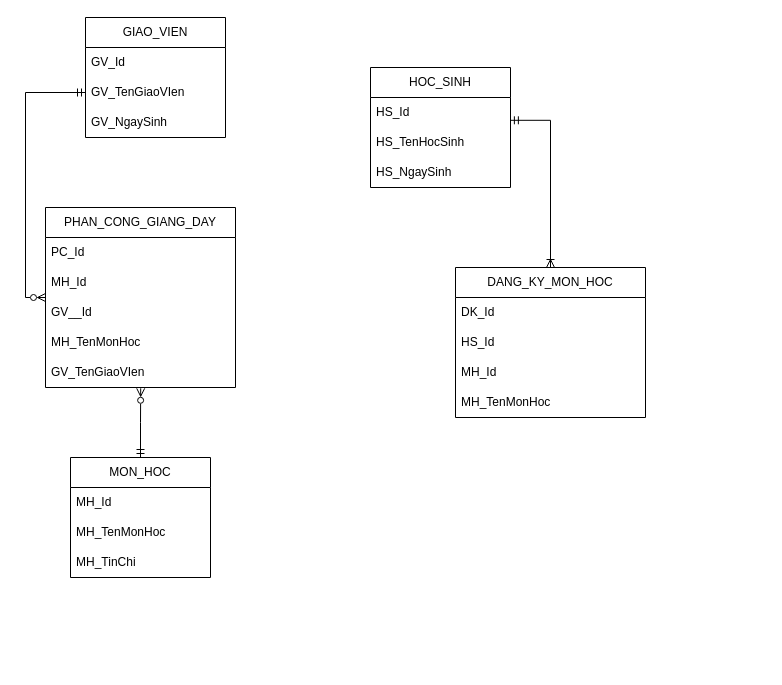
Before: Untitled Diagram.drawio in itzkoi-ctu/EX1, a draw.io diagram. Source tidied: cells renumbered, new cells numbered last; positions are measured from the earlier drawing's top-left corner, leaving out a move shared by most shapes. Both pictures are drawn from the tidied source at 100%, with x=0, y=0 at pixel (45, 17).
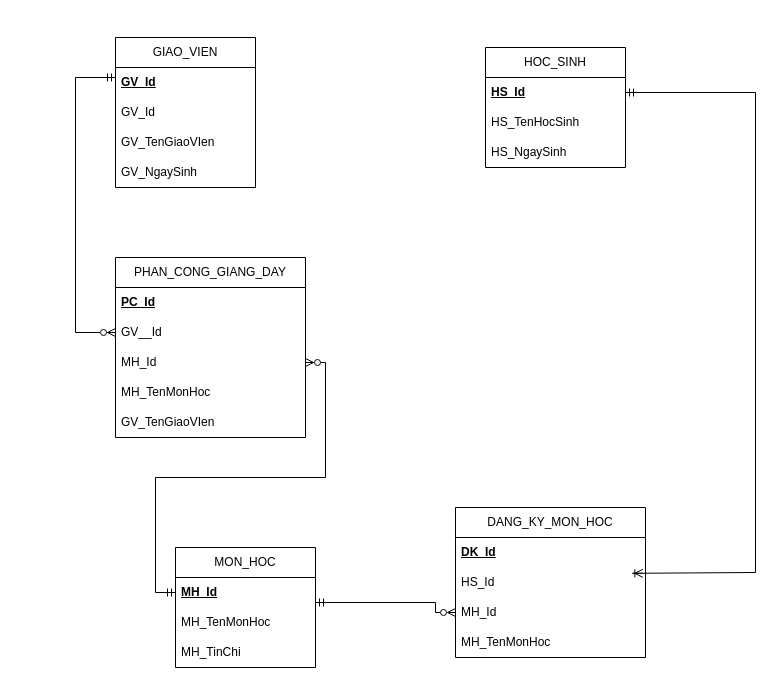
Above is the later version.

The change refers to these unchanged cells:
```xml
<mxCell id="19" value="GV_TenGiaoVIen" style="text;strokeColor=none;fillColor=none;align=left;verticalAlign=middle;spacingLeft=4;spacingRight=4;overflow=hidden;points=[[0,0.5],[1,0.5]];portConstraint=eastwest;whiteSpace=wrap;html=1;" parent="14" vertex="1">
  <mxGeometry y="150" width="190" height="30" as="geometry" />
</mxCell>
<mxCell id="24" value="HS_Id" style="text;strokeColor=none;fillColor=none;align=left;verticalAlign=middle;spacingLeft=4;spacingRight=4;overflow=hidden;points=[[0,0.5],[1,0.5]];portConstraint=eastwest;whiteSpace=wrap;html=1;" parent="22" vertex="1">
  <mxGeometry y="60" width="190" height="30" as="geometry" />
</mxCell>
<mxCell id="25" value="MH_Id" style="text;strokeColor=none;fillColor=none;align=left;verticalAlign=middle;spacingLeft=4;spacingRight=4;overflow=hidden;points=[[0,0.5],[1,0.5]];portConstraint=eastwest;whiteSpace=wrap;html=1;" parent="22" vertex="1">
  <mxGeometry y="90" width="190" height="30" as="geometry" />
</mxCell>
```

Diff of the diagram source:
```diff
@@
     <mxCell id="2" value="GIAO_VIEN" style="swimlane;fontStyle=0;horizontal=1;startSize=30;whiteSpace=wrap;html=1;" parent="1" vertex="1">
-      <mxGeometry x="40" width="140" height="120" as="geometry" />
+      <mxGeometry x="70" y="20" width="140" height="150" as="geometry" />
     </mxCell>
+    <mxCell id="28" value="&lt;b&gt;&lt;u&gt;GV_Id&lt;span style=&quot;white-space: pre;&quot;&gt;&#9;&lt;/span&gt;&lt;/u&gt;&lt;/b&gt;" style="text;strokeColor=none;fillColor=none;align=left;verticalAlign=middle;spacingLeft=4;spacingRight=4;overflow=hidden;whiteSpace=wrap;html=1;" parent="2" vertex="1">
+      <mxGeometry y="30" width="140" height="30" as="geometry" />
+    </mxCell>
     <mxCell id="3" value="GV_Id&lt;span style=&quot;white-space: pre;&quot;&gt;&#9;&lt;/span&gt;" style="text;strokeColor=none;fillColor=none;align=left;verticalAlign=middle;spacingLeft=4;spacingRight=4;overflow=hidden;whiteSpace=wrap;html=1;" parent="2" vertex="1">
-      <mxGeometry y="30" width="140" height="30" as="geometry" />
+      <mxGeometry y="60" width="140" height="30" as="geometry" />
     </mxCell>
     <mxCell id="4" value="GV_TenGiaoVIen" style="text;strokeColor=none;fillColor=none;align=left;verticalAlign=middle;spacingLeft=4;spacingRight=4;overflow=hidden;points=[[0,0.5],[1,0.5]];portConstraint=eastwest;whiteSpace=wrap;html=1;" parent="2" vertex="1">
-      <mxGeometry y="60" width="140" height="30" as="geometry" />
+      <mxGeometry y="90" width="140" height="30" as="geometry" />
     </mxCell>
     <mxCell id="5" value="GV_NgaySinh" style="text;strokeColor=none;fillColor=none;align=left;verticalAlign=middle;spacingLeft=4;spacingRight=4;overflow=hidden;whiteSpace=wrap;html=1;" parent="2" vertex="1">
-      <mxGeometry y="90" width="140" height="30" as="geometry" />
+      <mxGeometry y="120" width="140" height="30" as="geometry" />
     </mxCell>
     <mxCell id="6" value="HOC_SINH" style="swimlane;fontStyle=0;horizontal=1;startSize=30;whiteSpace=wrap;html=1;" parent="1" vertex="1">
-      <mxGeometry x="325" y="50" width="140" height="120" as="geometry" />
+      <mxGeometry x="440" y="30" width="140" height="120" as="geometry" />
     </mxCell>
-    <mxCell id="7" value="HS_Id" style="text;strokeColor=none;fillColor=none;align=left;verticalAlign=middle;spacingLeft=4;spacingRight=4;overflow=hidden;points=[[0,0.5],[1,0.5]];portConstraint=eastwest;whiteSpace=wrap;html=1;" parent="6" vertex="1">
+    <mxCell id="7" value="&lt;b&gt;&lt;u&gt;HS_Id&lt;/u&gt;&lt;/b&gt;" style="text;strokeColor=none;fillColor=none;align=left;verticalAlign=middle;spacingLeft=4;spacingRight=4;overflow=hidden;points=[[0,0.5],[1,0.5]];portConstraint=eastwest;whiteSpace=wrap;html=1;" parent="6" vertex="1">
       <mxGeometry y="30" width="140" height="30" as="geometry" />
     </mxCell>
@@
     <mxCell id="10" value="MON_HOC" style="swimlane;fontStyle=0;horizontal=1;startSize=30;whiteSpace=wrap;html=1;" parent="1" vertex="1">
-      <mxGeometry x="25" y="440" width="140" height="120" as="geometry" />
+      <mxGeometry x="130" y="530" width="140" height="120" as="geometry" />
     </mxCell>
-    <mxCell id="11" value="MH_Id&lt;span style=&quot;background-color: initial; white-space: pre;&quot;&gt;&#9;&lt;/span&gt;" style="text;strokeColor=none;fillColor=none;align=left;verticalAlign=middle;spacingLeft=4;spacingRight=4;overflow=hidden;points=[[0,0.5],[1,0.5]];portConstraint=eastwest;whiteSpace=wrap;html=1;" parent="10" vertex="1">
+    <mxCell id="11" value="&lt;b&gt;&lt;u&gt;MH_Id&lt;span style=&quot;background-color: initial; white-space: pre;&quot;&gt;&#9;&lt;/span&gt;&lt;/u&gt;&lt;/b&gt;" style="text;strokeColor=none;fillColor=none;align=left;verticalAlign=middle;spacingLeft=4;spacingRight=4;overflow=hidden;points=[[0,0.5],[1,0.5]];portConstraint=eastwest;whiteSpace=wrap;html=1;" parent="10" vertex="1">
       <mxGeometry y="30" width="140" height="30" as="geometry" />
     </mxCell>
@@
     <mxCell id="14" value="PHAN_CONG_GIANG_DAY" style="swimlane;fontStyle=0;horizontal=1;startSize=30;whiteSpace=wrap;html=1;gradientColor=none;fillColor=default;swimlaneFillColor=none;rounded=0;" parent="1" vertex="1">
-      <mxGeometry y="190" width="190" height="180" as="geometry" />
+      <mxGeometry x="70" y="240" width="190" height="180" as="geometry" />
     </mxCell>
-    <mxCell id="15" value="PC_Id" style="text;strokeColor=none;fillColor=none;align=left;verticalAlign=middle;spacingLeft=4;spacingRight=4;overflow=hidden;whiteSpace=wrap;html=1;" parent="14" vertex="1">
+    <mxCell id="15" value="&lt;b&gt;&lt;u&gt;PC_Id&lt;/u&gt;&lt;/b&gt;" style="text;strokeColor=none;fillColor=none;align=left;verticalAlign=middle;spacingLeft=4;spacingRight=4;overflow=hidden;whiteSpace=wrap;html=1;" parent="14" vertex="1">
       <mxGeometry y="30" width="190" height="30" as="geometry" />
     </mxCell>
+    <mxCell id="17" value="GV__Id" style="text;strokeColor=none;fillColor=none;align=left;verticalAlign=middle;spacingLeft=4;spacingRight=4;overflow=hidden;points=[[0,0.5],[1,0.5]];portConstraint=eastwest;whiteSpace=wrap;html=1;" parent="14" vertex="1">
+      <mxGeometry y="60" width="190" height="30" as="geometry" />
+    </mxCell>
     <mxCell id="16" value="MH_Id" style="text;strokeColor=none;fillColor=none;align=left;verticalAlign=middle;spacingLeft=4;spacingRight=4;overflow=hidden;points=[[0,0.5],[1,0.5]];portConstraint=eastwest;whiteSpace=wrap;html=1;" parent="14" vertex="1">
-      <mxGeometry y="60" width="190" height="30" as="geometry" />
+      <mxGeometry y="90" width="190" height="30" as="geometry" />
     </mxCell>
-    <mxCell id="17" value="GV__Id" style="text;strokeColor=none;fillColor=none;align=left;verticalAlign=middle;spacingLeft=4;spacingRight=4;overflow=hidden;points=[[0,0.5],[1,0.5]];portConstraint=eastwest;whiteSpace=wrap;html=1;" parent="14" vertex="1">
-      <mxGeometry y="90" width="190" height="30" as="geometry" />
-    </mxCell>
@@
-    <mxCell id="20" style="edgeStyle=orthogonalEdgeStyle;rounded=0;jettySize=auto;html=1;entryX=0;entryY=0.5;entryDx=0;entryDy=0;startArrow=ERmandOne;startFill=0;endArrow=ERzeroToMany;endFill=0;" parent="1" edge="1" source="4" target="14">
-      <mxGeometry relative="1" as="geometry" />
-    </mxCell>
-    <mxCell id="21" style="edgeStyle=orthogonalEdgeStyle;rounded=0;jettySize=auto;html=1;entryX=0.501;entryY=1.027;entryDx=0;entryDy=0;entryPerimeter=0;startArrow=ERmandOne;startFill=0;endArrow=ERzeroToMany;endFill=0;" parent="1" edge="1" source="10" target="19">
-      <mxGeometry relative="1" as="geometry" />
-    </mxCell>
     <mxCell id="22" value="DANG_KY_MON_HOC" style="swimlane;fontStyle=0;horizontal=1;startSize=30;whiteSpace=wrap;html=1;gradientColor=none;fillColor=default;swimlaneFillColor=none;rounded=0;" parent="1" vertex="1">
-      <mxGeometry x="410" y="250" width="190" height="150" as="geometry" />
+      <mxGeometry x="410" y="490" width="190" height="150" as="geometry" />
     </mxCell>
-    <mxCell id="23" value="DK_Id" style="text;strokeColor=none;fillColor=none;align=left;verticalAlign=middle;spacingLeft=4;spacingRight=4;overflow=hidden;whiteSpace=wrap;html=1;" parent="22" vertex="1">
+    <mxCell id="23" value="&lt;b&gt;&lt;u&gt;DK_Id&lt;/u&gt;&lt;/b&gt;" style="text;strokeColor=none;fillColor=none;align=left;verticalAlign=middle;spacingLeft=4;spacingRight=4;overflow=hidden;whiteSpace=wrap;html=1;" parent="22" vertex="1">
       <mxGeometry y="30" width="190" height="30" as="geometry" />
     </mxCell>
@@
-    <mxCell id="27" style="edgeStyle=orthogonalEdgeStyle;rounded=0;jettySize=auto;html=1;entryX=0.999;entryY=0.76;entryDx=0;entryDy=0;entryPerimeter=0;endArrow=ERmandOne;endFill=0;startArrow=ERoneToMany;startFill=0;" parent="1" edge="1" source="22" target="7">
-      <mxGeometry relative="1" as="geometry" />
+    <mxCell id="27" style="edgeStyle=orthogonalEdgeStyle;rounded=0;jettySize=auto;html=1;entryX=1;entryY=0.5;entryDx=0;entryDy=0;endArrow=ERmandOne;endFill=0;startArrow=ERoneToMany;startFill=0;exitX=0.986;exitY=0.194;exitDx=0;exitDy=0;exitPerimeter=0;" parent="1" edge="1" source="24" target="7">
+      <mxGeometry relative="1" as="geometry">
+        <Array as="points">
+          <mxPoint x="587" y="555" />
+          <mxPoint x="710" y="555" />
+          <mxPoint x="710" y="75" />
+        </Array>
+      </mxGeometry>
     </mxCell>
+    <mxCell id="29" style="edgeStyle=orthogonalEdgeStyle;rounded=0;jettySize=auto;html=1;endArrow=ERzeroToMany;endFill=0;startArrow=ERmandOne;startFill=0;entryX=0;entryY=0.5;entryDx=0;entryDy=0;" parent="1" edge="1" target="17">
+      <mxGeometry relative="1" as="geometry">
+        <mxPoint x="70" y="60" as="sourcePoint" />
+        <Array as="points">
+          <mxPoint x="30" y="60" />
+          <mxPoint x="30" y="315" />
+        </Array>
+      </mxGeometry>
+    </mxCell>
+    <mxCell id="30" style="edgeStyle=orthogonalEdgeStyle;rounded=0;jettySize=auto;html=1;entryX=0;entryY=0.5;entryDx=0;entryDy=0;endArrow=ERmandOne;endFill=0;startArrow=ERzeroToMany;startFill=0;" parent="1" edge="1" source="16" target="11">
+      <mxGeometry relative="1" as="geometry" />
+    </mxCell>
+    <mxCell id="31" style="edgeStyle=orthogonalEdgeStyle;rounded=0;jettySize=auto;html=1;entryX=0;entryY=0.5;entryDx=0;entryDy=0;startArrow=ERmandOne;startFill=0;endArrow=ERzeroToMany;endFill=0;" parent="1" edge="1" source="11" target="25">
+      <mxGeometry relative="1" as="geometry">
+        <Array as="points">
+          <mxPoint x="390" y="585" />
+        </Array>
+      </mxGeometry>
+    </mxCell>
```
